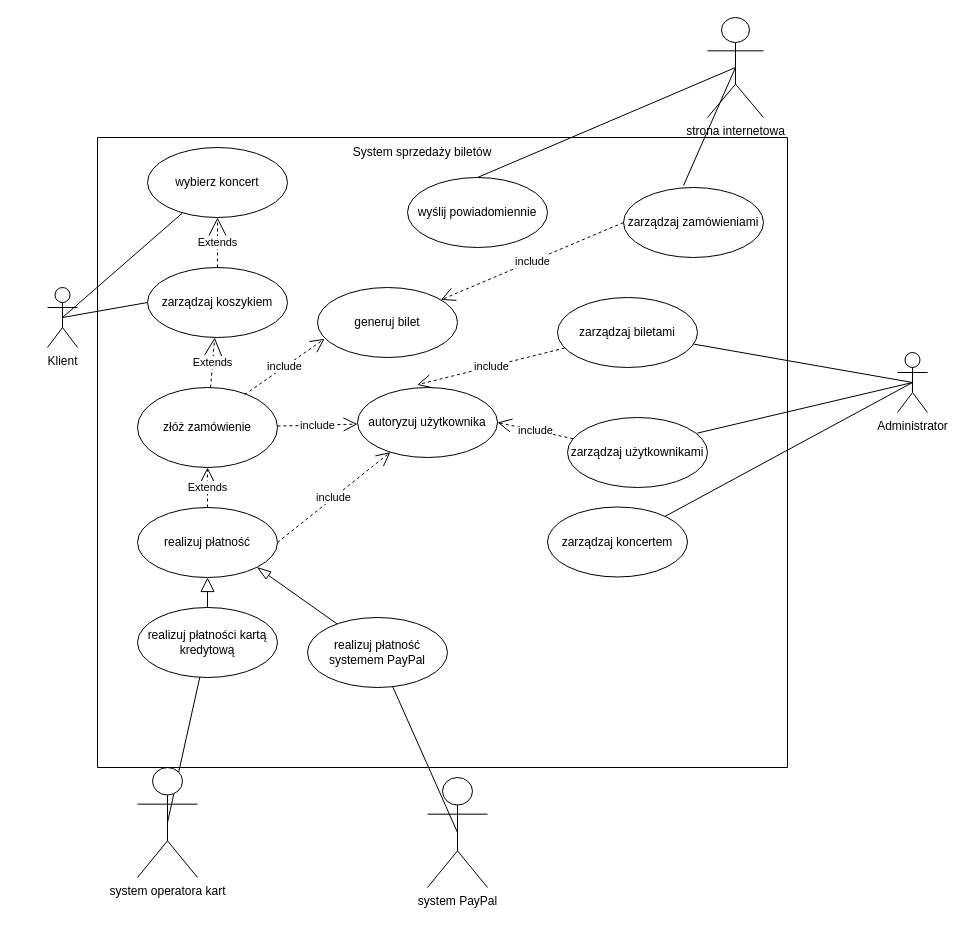
This is SPR03_Bieniaszewski_Drząszcz.drawio from imgres2002/projekt_PSI, a draw.io file, before an edit. Source tidied: cells renumbered, new cells numbered last; positions are measured from the earlier drawing's top-left corner, leaving out a move shared by most shapes. Both pictures are drawn from the tidied source at 100%, with x=0, y=0 at pixel (47, 17).
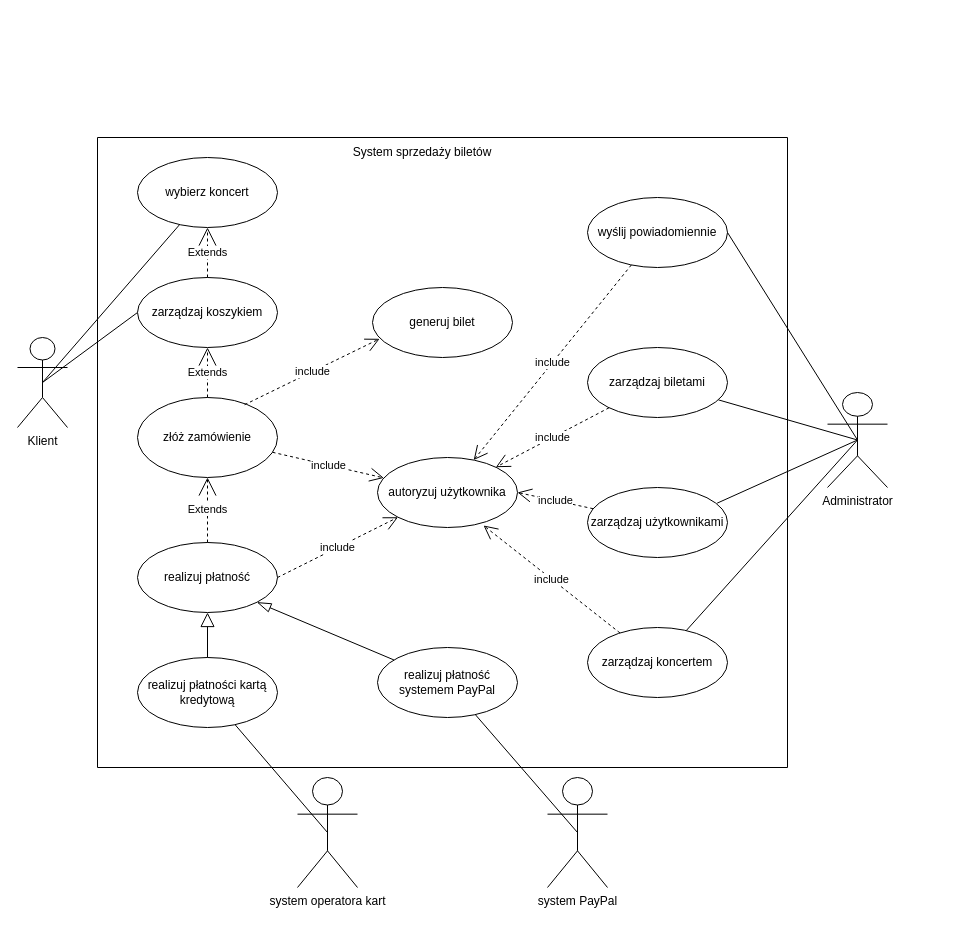
The same diagram, later.

Unchanged cells that the change refers to:
```xml
<mxCell id="22" style="swimlane;startSize=0;" parent="1" vertex="1">
  <mxGeometry x="50" y="120" width="690" height="630" as="geometry" />
</mxCell>
```

The edit, as a diff of the source:
```diff
@@
     <mxCell id="2" value="Klient" style="shape=umlActor;verticalLabelPosition=bottom;verticalAlign=top;html=1;outlineConnect=0;" parent="1" vertex="1">
-      <mxGeometry y="270" width="30" height="60" as="geometry" />
+      <mxGeometry x="-30" y="320" width="50" height="90" as="geometry" />
     </mxCell>
     <mxCell id="3" value="Administrator" style="shape=umlActor;verticalLabelPosition=bottom;verticalAlign=top;html=1;" parent="1" vertex="1">
-      <mxGeometry x="850" y="335" width="30" height="60" as="geometry" />
+      <mxGeometry x="780" y="375" width="60" height="95" as="geometry" />
     </mxCell>
-    <mxCell id="4" value="realizuj płatności kartą kredytową" style="ellipse;whiteSpace=wrap;html=1;" parent="1" vertex="1">
-      <mxGeometry x="90" y="590" width="140" height="70" as="geometry" />
-    </mxCell>
-    <mxCell id="5" value="autoryzuj użytkownika" style="ellipse;whiteSpace=wrap;html=1;" parent="1" vertex="1">
-      <mxGeometry x="310" y="370" width="140" height="70" as="geometry" />
-    </mxCell>
@@
     <mxCell id="7" value="system operatora kart" style="shape=umlActor;verticalLabelPosition=bottom;verticalAlign=top;html=1;" parent="1" vertex="1">
-      <mxGeometry x="90" y="750" width="60" height="110" as="geometry" />
+      <mxGeometry x="250" y="760" width="60" height="110" as="geometry" />
     </mxCell>
@@
     <mxCell id="9" value="system PayPal" style="shape=umlActor;verticalLabelPosition=bottom;verticalAlign=top;html=1;" parent="1" vertex="1">
-      <mxGeometry x="380" y="760" width="60" height="110" as="geometry" />
+      <mxGeometry x="500" y="760" width="60" height="110" as="geometry" />
     </mxCell>
-    <mxCell id="10" value="realizuj płatność systemem PayPal" style="ellipse;whiteSpace=wrap;html=1;" parent="1" vertex="1">
-      <mxGeometry x="260" y="600" width="140" height="70" as="geometry" />
-    </mxCell>
-    <mxCell id="11" style="endArrow=block;endFill=0;endSize=12;html=1;rounded=0;exitX=0.5;exitY=0;exitDx=0;exitDy=0;" parent="1" edge="1" source="4" target="29">
-      <mxGeometry relative="1" as="geometry" />
-    </mxCell>
-    <mxCell id="12" style="endArrow=blockThin;endFill=0;endSize=12;html=1;rounded=0;entryX=1;entryY=1;entryDx=0;entryDy=0;" parent="1" edge="1" source="10" target="29">
-      <mxGeometry relative="1" as="geometry" />
-    </mxCell>
-    <mxCell id="13" value="include" style="endArrow=open;endSize=12;dashed=1;html=1;rounded=0;exitX=1;exitY=0.5;exitDx=0;exitDy=0;" parent="1" edge="1" source="29" target="5">
-      <mxGeometry relative="1" as="geometry" />
-    </mxCell>
-    <mxCell id="14" value="include" style="endArrow=open;endSize=12;dashed=1;html=1;rounded=0;" parent="1" edge="1" source="28" target="5">
-      <mxGeometry relative="1" as="geometry" />
-    </mxCell>
-    <mxCell id="15" value="strona internetowa" style="shape=umlActor;verticalLabelPosition=bottom;verticalAlign=top;html=1;" parent="1" vertex="1">
-      <mxGeometry x="660" width="56" height="100" as="geometry" />
-    </mxCell>
-    <mxCell id="16" value="include" style="endArrow=open;endSize=12;dashed=1;html=1;rounded=0;entryX=1;entryY=0.5;entryDx=0;entryDy=0;" parent="1" edge="1" source="24" target="5">
-      <mxGeometry relative="1" as="geometry" />
-    </mxCell>
-    <mxCell id="17" value="include" style="endArrow=open;endSize=12;dashed=1;html=1;rounded=0;entryX=0.426;entryY=-0.038;entryDx=0;entryDy=0;entryPerimeter=0;" parent="1" edge="1" source="25" target="5">
-      <mxGeometry relative="1" as="geometry" />
-    </mxCell>
@@
     <mxCell id="24" value="zarządzaj użytkownikami" style="ellipse;whiteSpace=wrap;html=1;" parent="22" vertex="1">
-      <mxGeometry x="470" y="280" width="140" height="70" as="geometry" />
+      <mxGeometry x="490" y="350" width="140" height="70" as="geometry" />
     </mxCell>
     <mxCell id="25" value="zarządzaj biletami" style="ellipse;whiteSpace=wrap;html=1;" parent="22" vertex="1">
-      <mxGeometry x="460" y="160" width="140" height="70" as="geometry" />
+      <mxGeometry x="490" y="210" width="140" height="70" as="geometry" />
     </mxCell>
     <mxCell id="26" value="zarządzaj koncertem" style="ellipse;whiteSpace=wrap;html=1;" parent="22" vertex="1">
-      <mxGeometry x="450" y="369.5" width="140" height="70" as="geometry" />
+      <mxGeometry x="490" y="490" width="140" height="70" as="geometry" />
     </mxCell>
     <mxCell id="27" value="wybierz koncert" style="ellipse;whiteSpace=wrap;html=1;" parent="22" vertex="1">
-      <mxGeometry x="50" y="10" width="140" height="70" as="geometry" />
+      <mxGeometry x="40" y="20" width="140" height="70" as="geometry" />
     </mxCell>
     <mxCell id="28" value="złóż zamówienie" style="ellipse;whiteSpace=wrap;html=1;" parent="22" vertex="1">
-      <mxGeometry x="40" y="250" width="140" height="80" as="geometry" />
+      <mxGeometry x="40" y="260" width="140" height="80" as="geometry" />
     </mxCell>
     <mxCell id="29" value="realizuj płatność" style="ellipse;whiteSpace=wrap;html=1;" parent="22" vertex="1">
-      <mxGeometry x="40" y="370" width="140" height="70" as="geometry" />
+      <mxGeometry x="40" y="405" width="140" height="70" as="geometry" />
     </mxCell>
@@
     <mxCell id="31" value="wyślij powiadomiennie" style="ellipse;whiteSpace=wrap;html=1;" parent="22" vertex="1">
-      <mxGeometry x="310" y="40" width="140" height="70" as="geometry" />
+      <mxGeometry x="490" y="60" width="140" height="70" as="geometry" />
     </mxCell>
     <mxCell id="32" value="generuj bilet" style="ellipse;whiteSpace=wrap;html=1;" parent="22" vertex="1">
-      <mxGeometry x="220" y="150" width="140" height="70" as="geometry" />
+      <mxGeometry x="275" y="150" width="140" height="70" as="geometry" />
     </mxCell>
@@
     <mxCell id="34" value="zarządzaj koszykiem" style="ellipse;whiteSpace=wrap;html=1;" parent="22" vertex="1">
-      <mxGeometry x="50" y="130" width="140" height="70" as="geometry" />
+      <mxGeometry x="40" y="140" width="140" height="70" as="geometry" />
     </mxCell>
@@
-    <mxCell id="37" value="zarządzaj zamówieniami" style="ellipse;whiteSpace=wrap;html=1;" parent="22" vertex="1">
-      <mxGeometry x="526" y="50" width="140" height="70" as="geometry" />
-    </mxCell>
-    <mxCell id="38" value="include" style="endArrow=open;endSize=12;dashed=1;html=1;rounded=0;exitX=0;exitY=0.5;exitDx=0;exitDy=0;" parent="22" edge="1" source="37" target="32">
-      <mxGeometry relative="1" as="geometry" />
-    </mxCell>
+    <mxCell id="10" value="realizuj płatność systemem PayPal" style="ellipse;whiteSpace=wrap;html=1;" parent="22" vertex="1">
+      <mxGeometry x="280" y="510" width="140" height="70" as="geometry" />
+    </mxCell>
+    <mxCell id="12" style="endArrow=blockThin;endFill=0;endSize=12;html=1;rounded=0;entryX=1;entryY=1;entryDx=0;entryDy=0;" parent="22" edge="1" source="10" target="29">
+      <mxGeometry relative="1" as="geometry" />
+    </mxCell>
+    <mxCell id="4" value="realizuj płatności kartą kredytową" style="ellipse;whiteSpace=wrap;html=1;" parent="22" vertex="1">
+      <mxGeometry x="40" y="520" width="140" height="70" as="geometry" />
+    </mxCell>
+    <mxCell id="11" style="endArrow=block;endFill=0;endSize=12;html=1;rounded=0;exitX=0.5;exitY=0;exitDx=0;exitDy=0;" parent="22" edge="1" source="4" target="29">
+      <mxGeometry relative="1" as="geometry" />
+    </mxCell>
+    <mxCell id="5" value="autoryzuj użytkownika" style="ellipse;whiteSpace=wrap;html=1;" parent="22" vertex="1">
+      <mxGeometry x="280" y="320" width="140" height="70" as="geometry" />
+    </mxCell>
+    <mxCell id="13" value="include" style="endArrow=open;endSize=12;dashed=1;html=1;rounded=0;exitX=1;exitY=0.5;exitDx=0;exitDy=0;" parent="22" edge="1" source="29" target="5">
+      <mxGeometry relative="1" as="geometry" />
+    </mxCell>
+    <mxCell id="14" value="include" style="endArrow=open;endSize=12;dashed=1;html=1;rounded=0;" parent="22" edge="1" source="28" target="5">
+      <mxGeometry relative="1" as="geometry" />
+    </mxCell>
+    <mxCell id="16" value="include" style="endArrow=open;endSize=12;dashed=1;html=1;rounded=0;entryX=1;entryY=0.5;entryDx=0;entryDy=0;" parent="22" edge="1" source="24" target="5">
+      <mxGeometry relative="1" as="geometry" />
+    </mxCell>
+    <mxCell id="17" value="include" style="endArrow=open;endSize=12;dashed=1;html=1;rounded=0;" parent="22" edge="1" source="25" target="5">
+      <mxGeometry relative="1" as="geometry" />
+    </mxCell>
+    <mxCell id="42" value="include" style="endArrow=open;endSize=12;dashed=1;html=1;rounded=0;" parent="22" edge="1" source="31" target="5">
+      <mxGeometry relative="1" as="geometry" />
+    </mxCell>
+    <mxCell id="43" value="include" style="endArrow=open;endSize=12;dashed=1;html=1;rounded=0;entryX=0.757;entryY=0.971;entryDx=0;entryDy=0;entryPerimeter=0;" parent="22" edge="1" source="26" target="5">
+      <mxGeometry relative="1" as="geometry" />
+    </mxCell>
@@
-    <mxCell id="40" style="rounded=0;jettySize=auto;html=1;endArrow=none;endFill=0;entryX=0.5;entryY=0;entryDx=0;entryDy=0;exitX=0.5;exitY=0.5;exitDx=0;exitDy=0;exitPerimeter=0;" parent="1" edge="1" source="15" target="31">
+    <mxCell id="40" style="rounded=0;jettySize=auto;html=1;endArrow=none;endFill=0;entryX=1;entryY=0.5;entryDx=0;entryDy=0;exitX=0.5;exitY=0.5;exitDx=0;exitDy=0;exitPerimeter=0;" parent="1" edge="1" source="3" target="31">
       <mxGeometry relative="1" as="geometry" />
     </mxCell>
-    <mxCell id="41" style="rounded=0;jettySize=auto;html=1;endArrow=none;endFill=0;entryX=0.429;entryY=-0.029;entryDx=0;entryDy=0;exitX=0.5;exitY=0.5;exitDx=0;exitDy=0;exitPerimeter=0;entryPerimeter=0;" parent="1" edge="1" source="15" target="37">
-      <mxGeometry relative="1" as="geometry" />
-    </mxCell>
```
